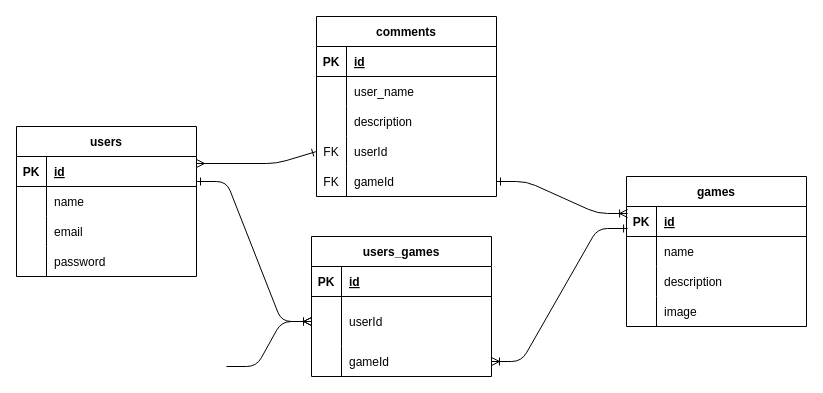
Before: ERD-CRUD.drawio in brandon-w1205/cheapEgames, a draw.io diagram. Source tidied: cells renumbered, new cells numbered last; positions are measured from the earlier drawing's top-left corner, leaving out a move shared by most shapes. Both pictures are drawn from the tidied source at 100%, with x=0, y=0 at pixel (16, 16).
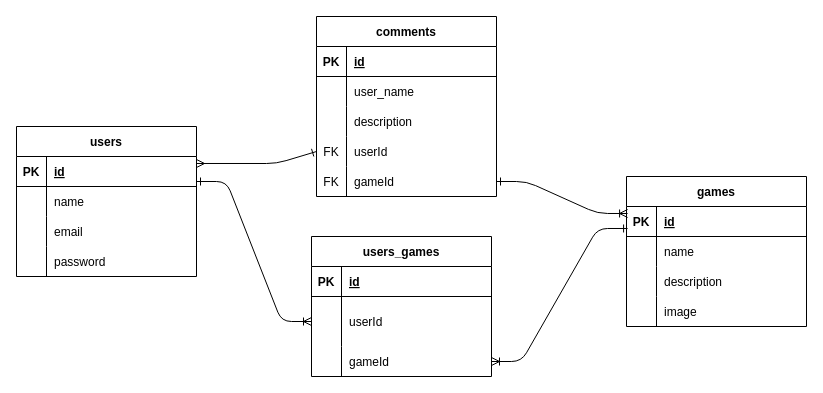
Above is the later version.

The change refers to these unchanged cells:
```xml
<mxCell id="19" style="shape=partialRectangle;fillColor=none;top=0;left=0;bottom=0;right=0;points=[[0,0.5],[1,0.5]];portConstraint=eastwest;" parent="15" vertex="1">
  <mxGeometry y="60" width="180" height="50" as="geometry" />
</mxCell>
```

Change to the diagram source:
```diff
@@
-    <mxCell id="26" style="edgeStyle=entityRelationEdgeStyle;fontSize=12;html=1;endArrow=ERoneToMany;exitX=1;exitY=0.5;exitDx=0;exitDy=0;entryX=0;entryY=0.5;entryDx=0;entryDy=0;" parent="1" edge="1" target="19">
-      <mxGeometry relative="1" as="geometry">
-        <mxPoint x="210" y="350" as="sourcePoint" />
-      </mxGeometry>
-    </mxCell>
```
